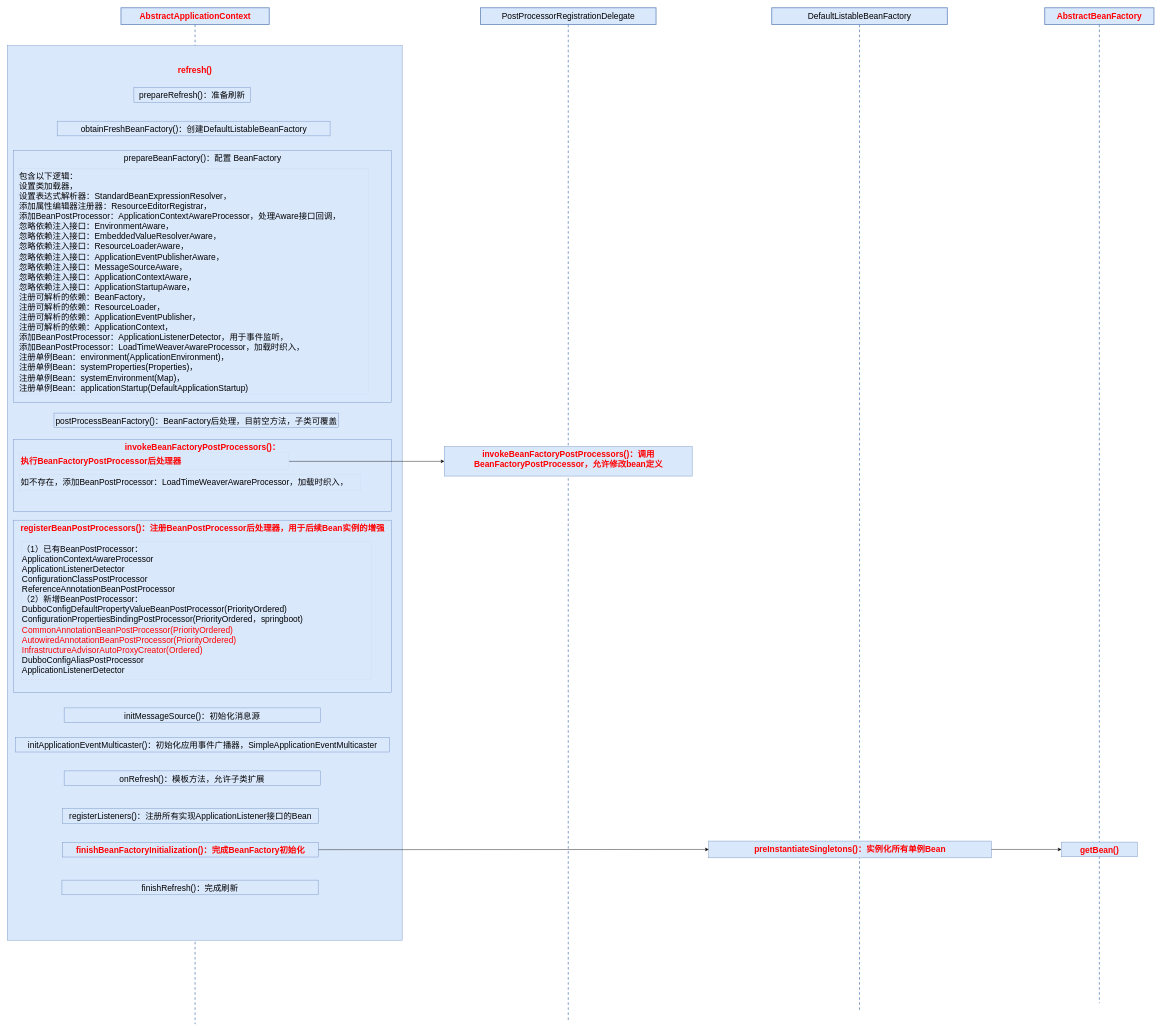
czwer/dubbo-learning keeps this draw.io diagram as dubbo-learning-doc/drawio/2_Spring_AbstractApplicationContext_refresh方法执行过程.drawio. Above is the earlier version. Source tidied: cells renumbered, new cells numbered last; positions are measured from the earlier drawing's top-left corner, leaving out a move shared by most shapes. Both pictures are drawn from the tidied source at 42%, with x=0, y=0 at pixel (7, 8).
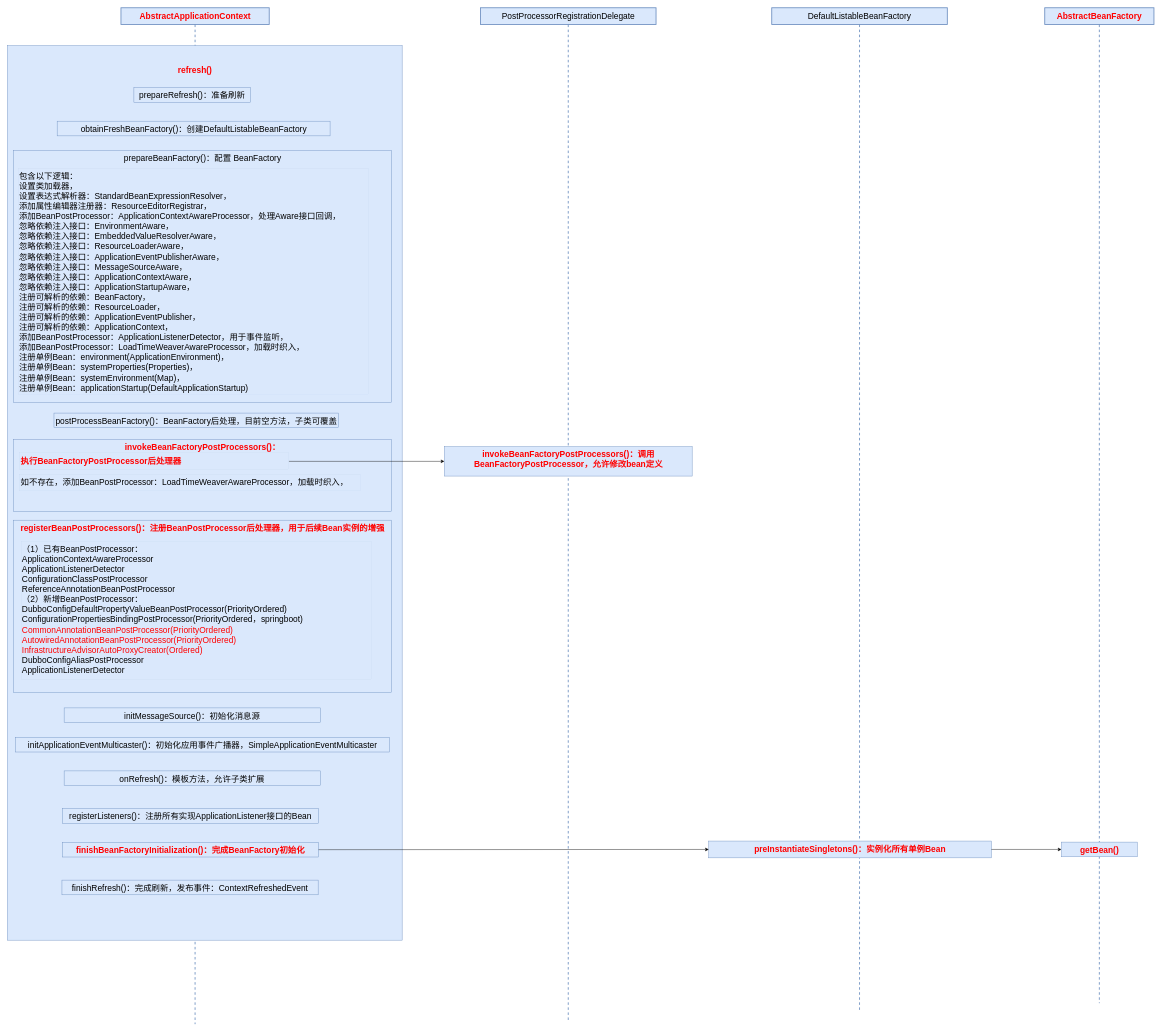
After the change.

Change to the diagram source:
```diff
@@
-    <mxCell id="22" value="finishRefresh()：完成刷新" style="html=1;whiteSpace=wrap;fontSize=20;fillColor=#dae8fc;strokeColor=#6c8ebf;" parent="1" vertex="1">
+    <mxCell id="22" value="finishRefresh()：完成刷新，发布事件：ContextRefreshedEvent" style="html=1;whiteSpace=wrap;fontSize=20;fillColor=#dae8fc;strokeColor=#6c8ebf;" parent="1" vertex="1">
       <mxGeometry x="130" y="2077" width="610" height="35" as="geometry" />
     </mxCell>
```
